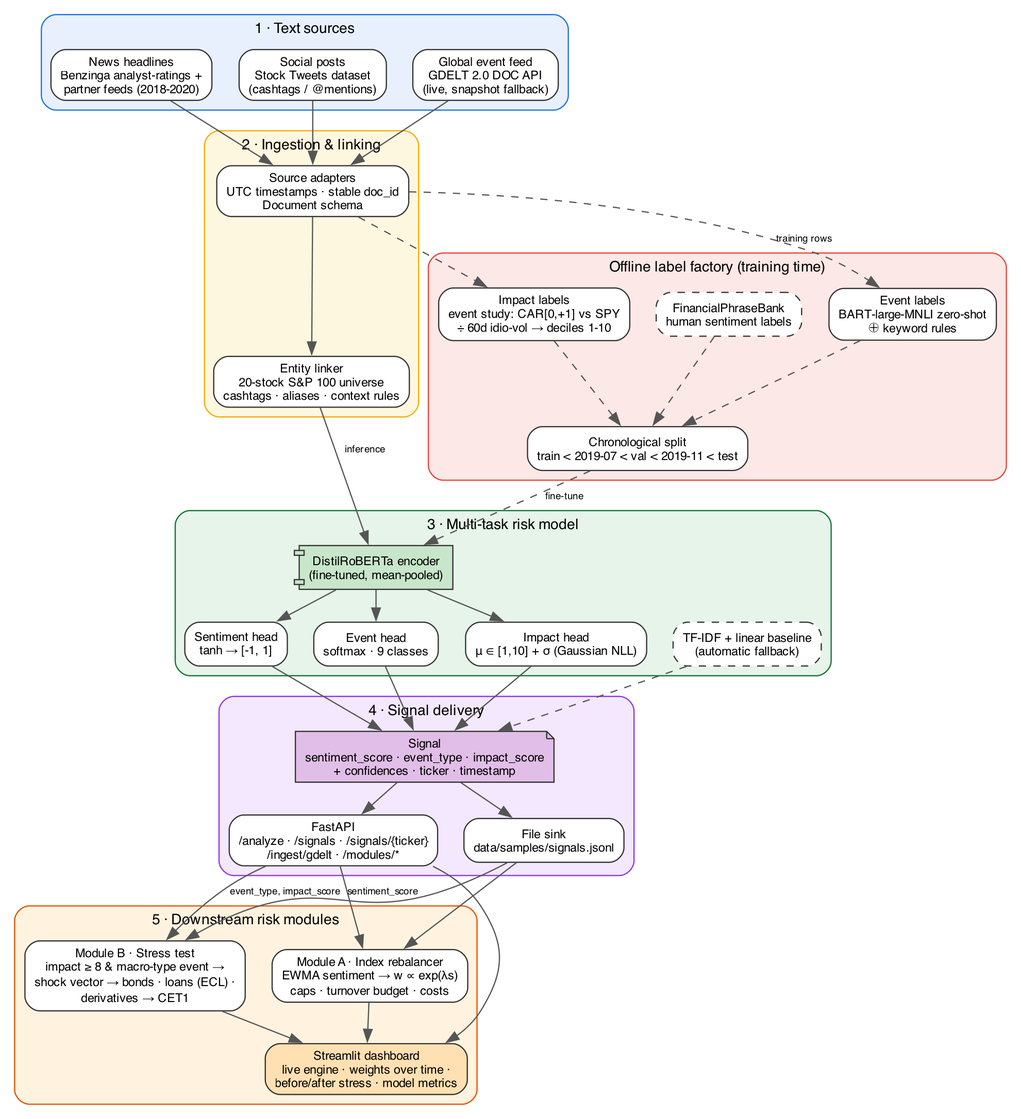
This is docs/architecture.png from agr-arsh-15/manipal-arsh-agrawal-hackathon, a Graphviz export, as it was before one commit. Its source is kept beside it as docs/architecture.dot.
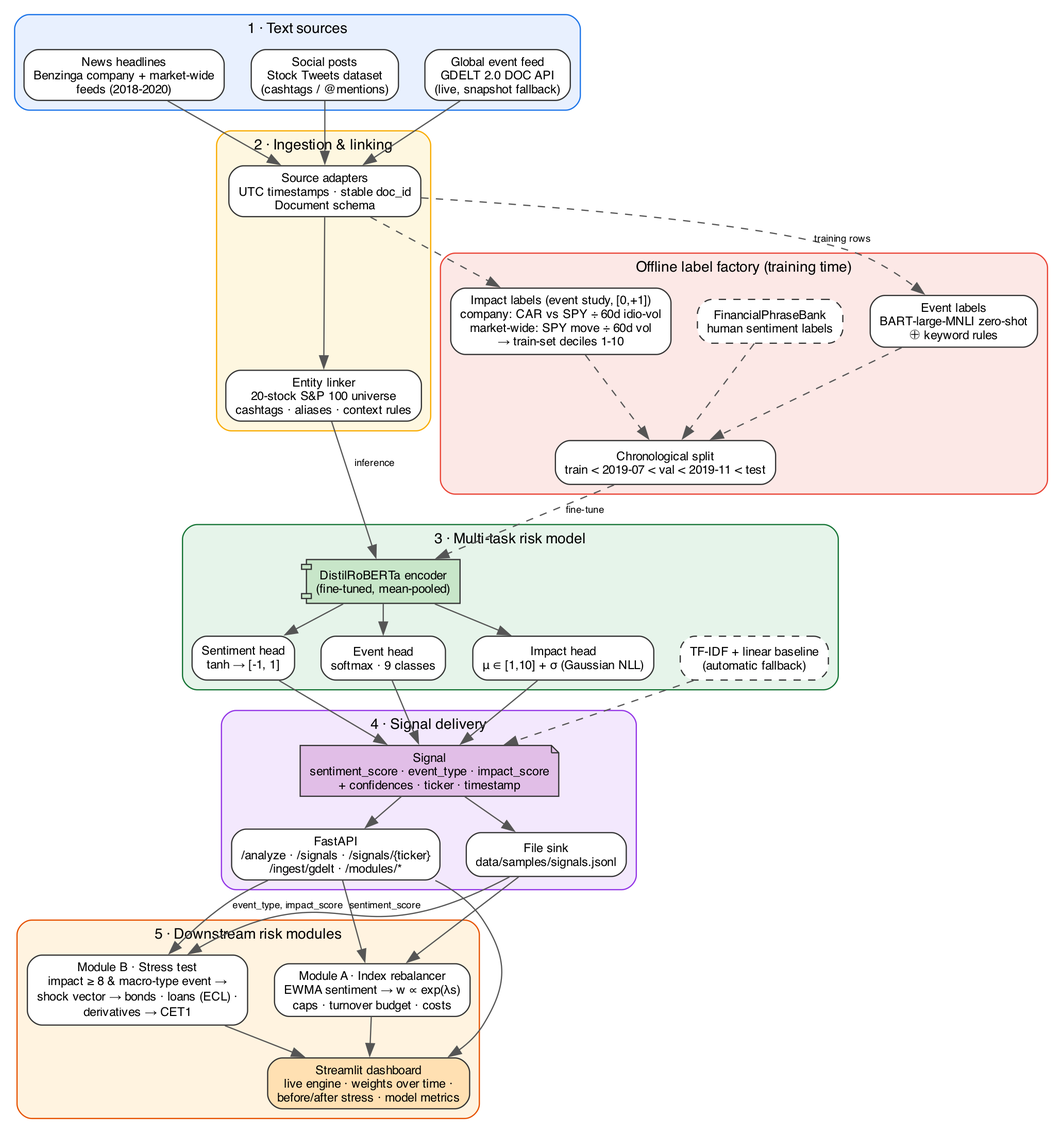
The same file after the commit.

Commit message:
docs: final README results, 7-slide deck, architecture diagram and demo script

What changed in the source:
```diff
@@ -9,7 +9,7 @@
 
     subgraph cluster_sources {
         label="1 · Text sources"; style="filled,rounded"; fillcolor="#E8F0FE"; color="#1A73E8"; fontsize=12;
-        news   [label="News headlines\nBenzinga analyst-ratings +\npartner feeds (2018-2020)"];
+        news   [label="News headlines\nBenzinga company + market-wide\nfeeds (2018-2020)"];
         social [label="Social posts\nStock Tweets dataset\n(cashtags / @mentions)"];
         gdelt  [label="Global event feed\nGDELT 2.0 DOC API\n(live, snapshot fallback)"];
     }
@@ -24,7 +24,7 @@
         label="Offline label factory (training time)"; style="filled,rounded"; fillcolor="#FCE8E6"; color="#EA4335"; fontsize=12;
         fpb    [label="FinancialPhraseBank\nhuman sentiment labels", style="filled,rounded,dashed"];
         zs     [label="Event labels\nBART-large-MNLI zero-shot\n⊕ keyword rules"];
-        car    [label="Impact labels\nevent study: CAR[0,+1] vs SPY\n÷ 60d idio-vol → deciles 1-10"];
+        car    [label="Impact labels (event study, [0,+1])\ncompany: CAR vs SPY ÷ 60d idio-vol\nmarket-wide: SPY move ÷ 60d vol\n→ train-set deciles 1-10"];
         splits [label="Chronological split\ntrain < 2019-07 < val < 2019-11 < test"];
     }
 
```
